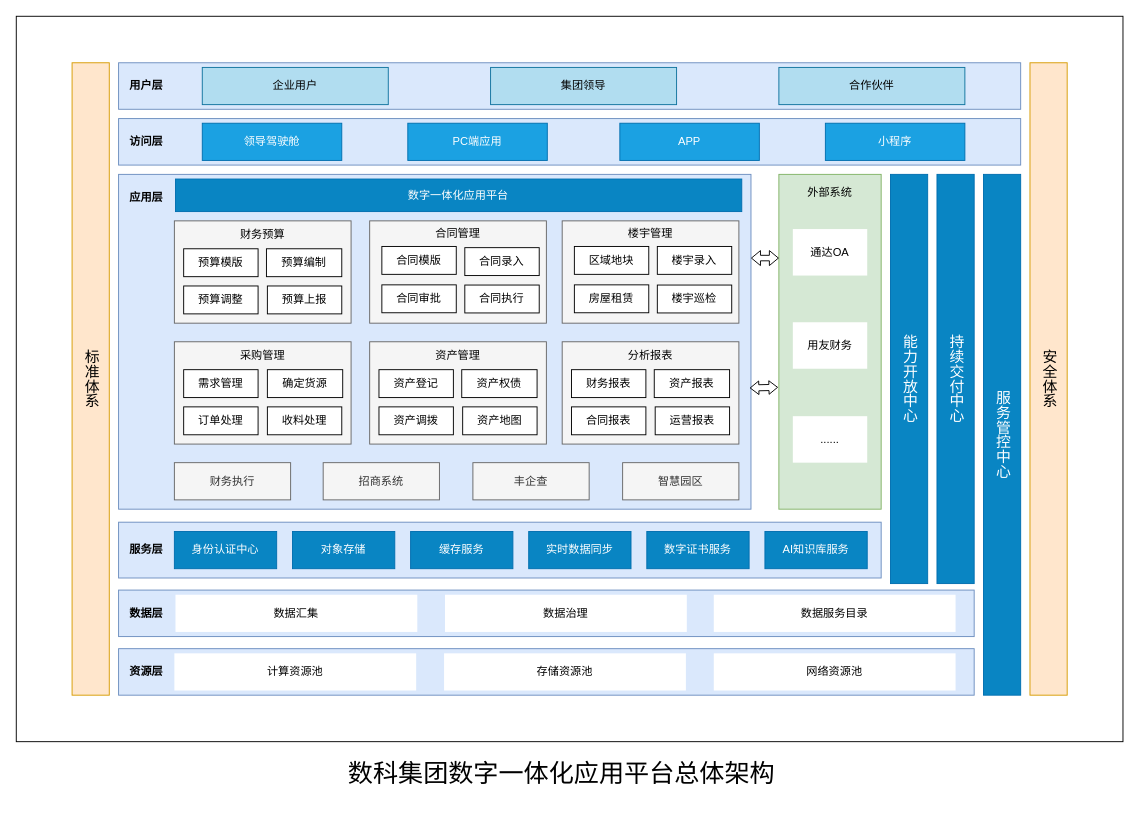
Before: shihua/数科一体化平台.drawio in wbw1990/drawio, a draw.io diagram. Source tidied: cells renumbered, new cells numbered last; positions are measured from the earlier drawing's top-left corner, leaving out a move shared by most shapes. Both pictures are drawn from the tidied source at 93%, with x=0, y=0 at pixel (16, 16).
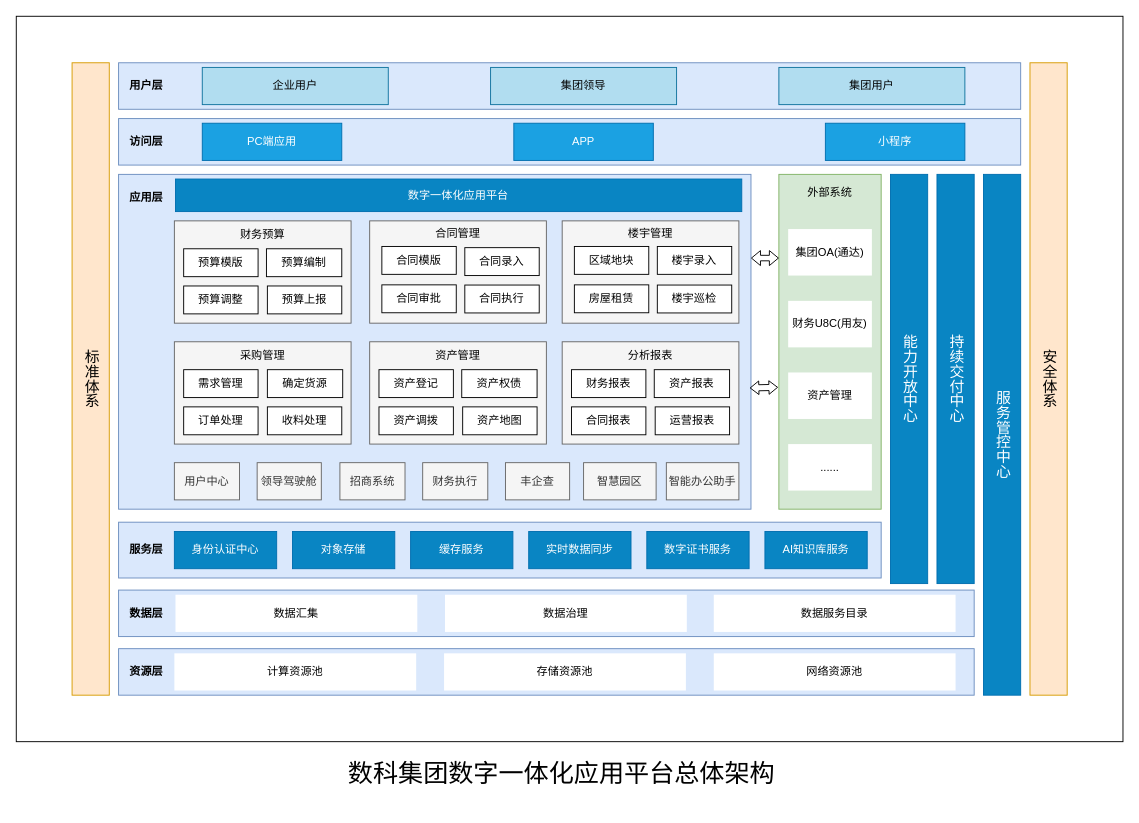
After the change.

Commit message:
更新数科一体化平台.drawio

The edit, as a diff of the source:
```diff
@@
-    <mxCell id="9" value="领导驾驶舱" style="rounded=0;whiteSpace=wrap;html=1;fillColor=#1ba1e2;strokeColor=#006EAF;fontColor=#ffffff;" parent="1" vertex="1">
-      <mxGeometry x="200" y="115" width="150" height="40" as="geometry" />
-    </mxCell>
@@
     <mxCell id="12" value="招商系统" style="rounded=0;whiteSpace=wrap;html=1;fillColor=#f5f5f5;fontColor=#333333;strokeColor=#666666;" parent="1" vertex="1">
-      <mxGeometry x="330" y="480" width="125" height="40" as="geometry" />
+      <mxGeometry x="348" y="480" width="70" height="40" as="geometry" />
     </mxCell>
     <mxCell id="13" value="丰企查" style="rounded=0;whiteSpace=wrap;html=1;fillColor=#f5f5f5;fontColor=#333333;strokeColor=#666666;" parent="1" vertex="1">
-      <mxGeometry x="491" y="480" width="125" height="40" as="geometry" />
+      <mxGeometry x="526" y="480" width="69" height="40" as="geometry" />
     </mxCell>
     <mxCell id="14" value="智慧园区" style="rounded=0;whiteSpace=wrap;html=1;fillColor=#f5f5f5;fontColor=#333333;strokeColor=#666666;" parent="1" vertex="1">
-      <mxGeometry x="652" y="480" width="125" height="40" as="geometry" />
+      <mxGeometry x="610" y="480" width="78" height="40" as="geometry" />
     </mxCell>
     <mxCell id="15" value="财务执行" style="rounded=0;whiteSpace=wrap;html=1;fillColor=#f5f5f5;fontColor=#333333;strokeColor=#666666;" parent="1" vertex="1">
-      <mxGeometry x="170" y="480" width="125" height="40" as="geometry" />
+      <mxGeometry x="437" y="480" width="70" height="40" as="geometry" />
     </mxCell>
@@
-    <mxCell id="54" value="通达OA" style="rounded=0;whiteSpace=wrap;html=1;strokeColor=none;" parent="1" vertex="1">
-      <mxGeometry x="835" y="228.8" width="80" height="50" as="geometry" />
+    <mxCell id="54" value="集团OA(通达)" style="rounded=0;whiteSpace=wrap;html=1;strokeColor=none;align=center;" parent="1" vertex="1">
+      <mxGeometry x="830" y="228.8" width="90" height="50" as="geometry" />
     </mxCell>
-    <mxCell id="55" value="用友财务" style="rounded=0;whiteSpace=wrap;html=1;strokeColor=none;" parent="1" vertex="1">
-      <mxGeometry x="835" y="329" width="80" height="50" as="geometry" />
+    <mxCell id="55" value="财务U8C(用友)" style="rounded=0;whiteSpace=wrap;html=1;strokeColor=none;align=center;" parent="1" vertex="1">
+      <mxGeometry x="830" y="306" width="90" height="50" as="geometry" />
     </mxCell>
@@
     <mxCell id="58" value="......" style="rounded=0;whiteSpace=wrap;html=1;strokeColor=none;" parent="1" vertex="1">
-      <mxGeometry x="835" y="430" width="80" height="50" as="geometry" />
+      <mxGeometry x="830" y="460" width="90" height="50" as="geometry" />
     </mxCell>
@@
     <mxCell id="84" value="PC端应用" style="rounded=0;whiteSpace=wrap;html=1;fillColor=#1ba1e2;strokeColor=#006EAF;fontColor=#ffffff;" parent="1" vertex="1">
-      <mxGeometry x="421" y="115" width="150" height="40" as="geometry" />
+      <mxGeometry x="200" y="115" width="150" height="40" as="geometry" />
     </mxCell>
     <mxCell id="85" value="APP" style="rounded=0;whiteSpace=wrap;html=1;fillColor=#1ba1e2;strokeColor=#006EAF;fontColor=#ffffff;" parent="1" vertex="1">
-      <mxGeometry x="649" y="115" width="150" height="40" as="geometry" />
+      <mxGeometry x="535" y="115" width="150" height="40" as="geometry" />
     </mxCell>
@@
-    <mxCell id="87" value="合作伙伴" style="rounded=0;whiteSpace=wrap;html=1;fillColor=#b1ddf0;strokeColor=#10739e;" parent="1" vertex="1">
+    <mxCell id="87" value="集团用户" style="rounded=0;whiteSpace=wrap;html=1;fillColor=#b1ddf0;strokeColor=#10739e;" parent="1" vertex="1">
       <mxGeometry x="820" y="55" width="200" height="40" as="geometry" />
     </mxCell>
+    <mxCell id="88" value="用户中心" style="rounded=0;whiteSpace=wrap;html=1;fillColor=#f5f5f5;fontColor=#333333;strokeColor=#666666;" parent="1" vertex="1">
+      <mxGeometry x="170" y="480" width="70" height="40" as="geometry" />
+    </mxCell>
+    <mxCell id="89" value="智能办公助手" style="rounded=0;whiteSpace=wrap;html=1;fillColor=#f5f5f5;fontColor=#333333;strokeColor=#666666;" parent="1" vertex="1">
+      <mxGeometry x="699" y="480" width="78" height="40" as="geometry" />
+    </mxCell>
+    <mxCell id="9" value="领导驾驶舱" style="rounded=0;whiteSpace=wrap;html=1;fillColor=#f5f5f5;fontColor=#333333;strokeColor=#666666;" parent="1" vertex="1">
+      <mxGeometry x="259" y="480" width="69" height="40" as="geometry" />
+    </mxCell>
+    <mxCell id="90" value="资产管理" style="rounded=0;whiteSpace=wrap;html=1;strokeColor=none;" parent="1" vertex="1">
+      <mxGeometry x="830" y="383" width="90" height="50" as="geometry" />
+    </mxCell>
```
